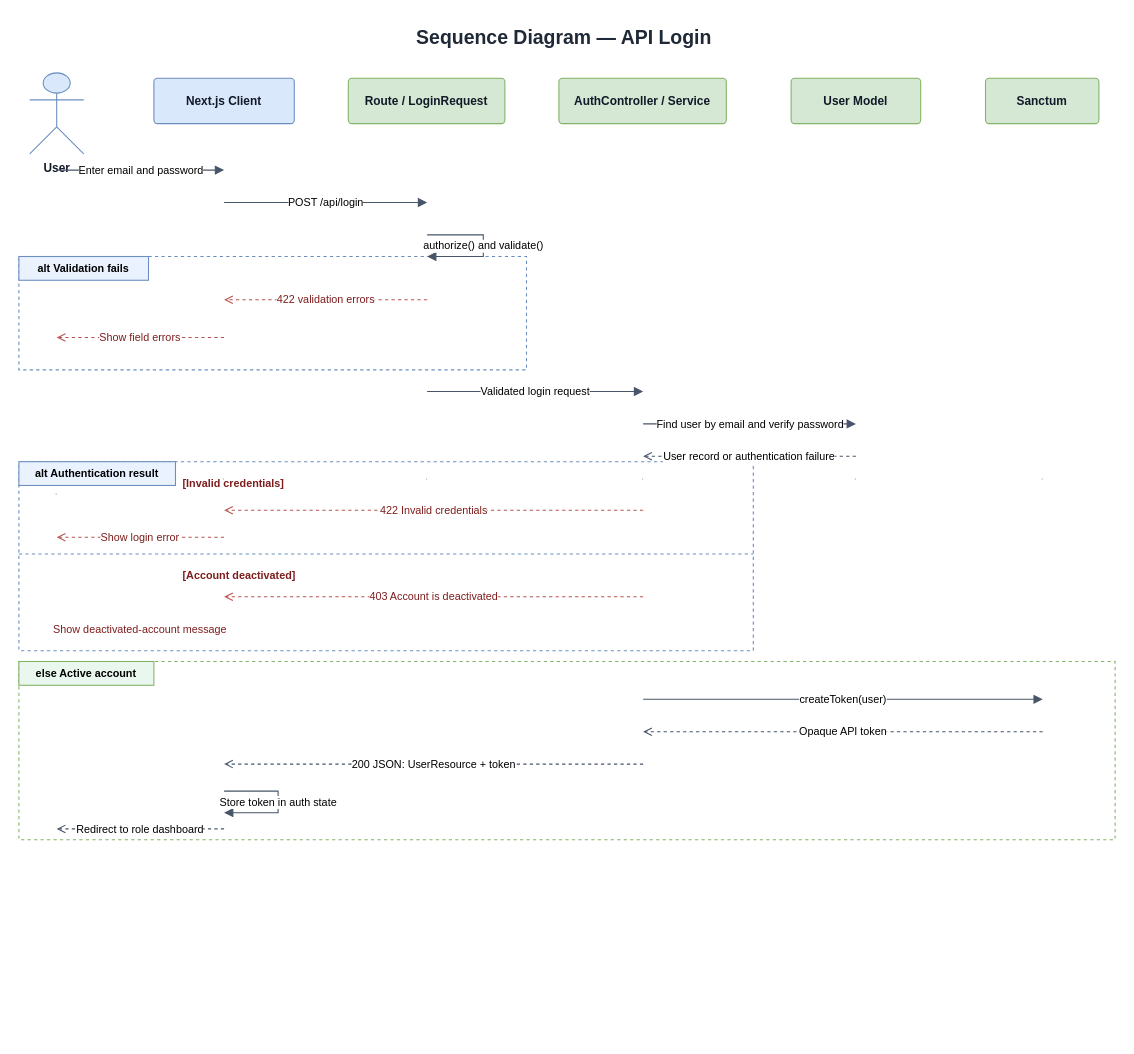
Before: _docs_uni/_diagrams_new/3.10-api-login-sequence.drawio in amarHrvc/nutriledger, a draw.io diagram. Source tidied: cells renumbered, new cells numbered last; positions are measured from the earlier drawing's top-left corner, leaving out a move shared by most shapes. Both pictures are drawn from the tidied source at 108%, with x=0, y=0 at pixel (18, 18).
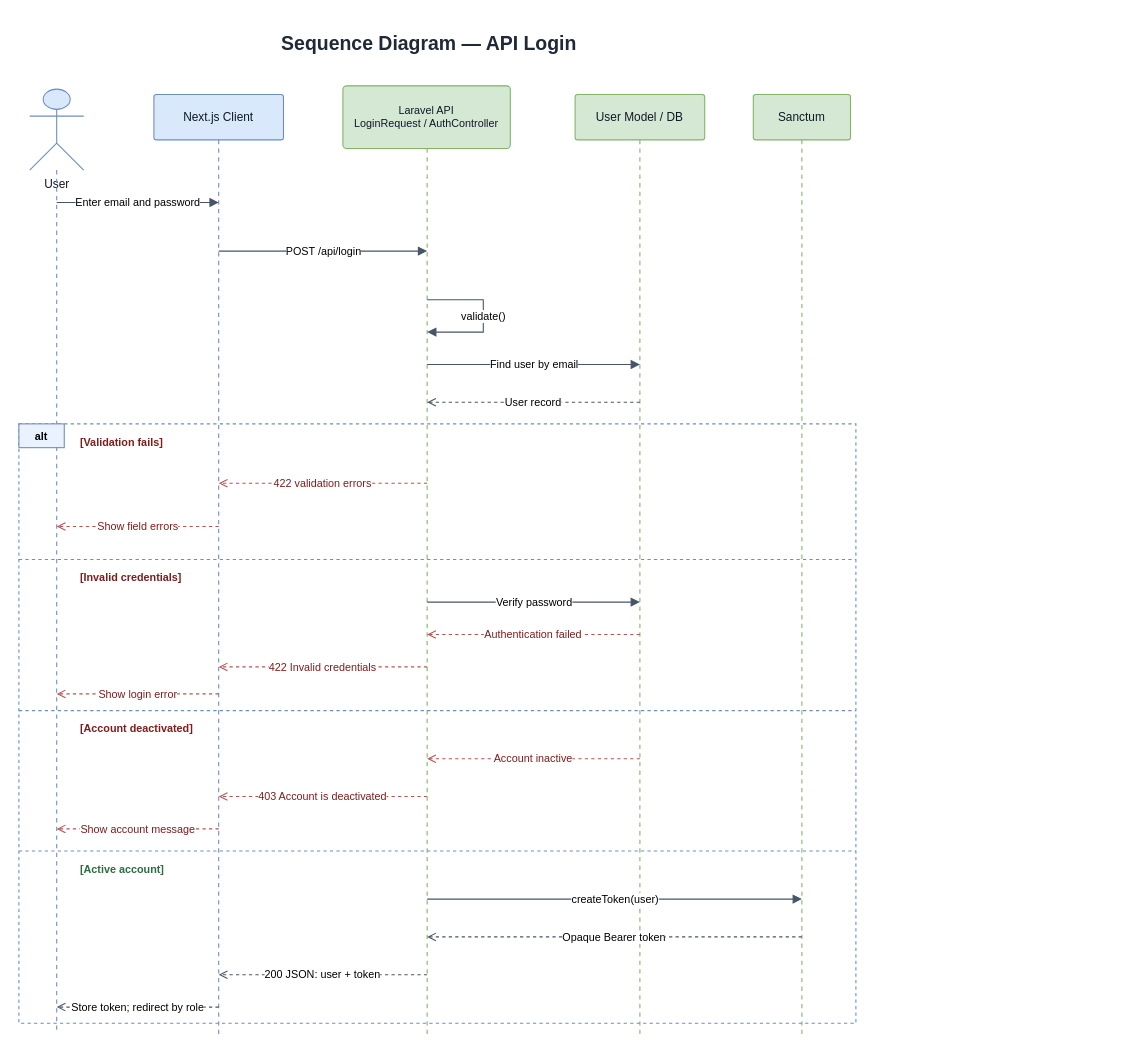
The same diagram, later.

Commit message:
docs: clean up API login sequence diagram

Diff of the diagram source:
```diff
@@
     <mxCell id="2" value="Sequence Diagram — API Login" style="text;html=1;whiteSpace=wrap;strokeColor=none;fillColor=none;align=center;verticalAlign=middle;fontSize=18;fontStyle=1;fontColor=#1F2937;" parent="1" vertex="1">
-      <mxGeometry x="255" width="500" height="35" as="geometry" />
+      <mxGeometry x="130" y="5" width="500" height="35" as="geometry" />
     </mxCell>
-    <mxCell id="3" value="User" style="shape=umlActor;verticalLabelPosition=bottom;verticalAlign=top;html=1;fillColor=#DAE8FC;strokeColor=#6C8EBF;fontColor=#111827;fontSize=11;fontStyle=1;" parent="1" vertex="1">
-      <mxGeometry x="10" y="50" width="50" height="75" as="geometry" />
+    <mxCell id="3" value="User" style="shape=umlActor;verticalLabelPosition=bottom;verticalAlign=top;html=1;fillColor=#DAE8FC;strokeColor=#6C8EBF;fontColor=#111827;fontSize=11;" parent="1" vertex="1">
+      <mxGeometry x="10" y="65" width="50" height="75" as="geometry" />
     </mxCell>
-    <mxCell id="4" value="Next.js Client" style="rounded=1;whiteSpace=wrap;html=1;arcSize=8;fillColor=#DAE8FC;strokeColor=#6C8EBF;fontColor=#111827;fontSize=11;fontStyle=1;" parent="1" vertex="1">
-      <mxGeometry x="125" y="55" width="130" height="42" as="geometry" />
+    <mxCell id="4" value="Next.js Client" style="rounded=1;whiteSpace=wrap;html=1;arcSize=6;fillColor=#DAE8FC;strokeColor=#6C8EBF;fontColor=#111827;fontSize=11;" parent="1" vertex="1">
+      <mxGeometry x="125" y="70" width="120" height="42" as="geometry" />
     </mxCell>
-    <mxCell id="5" value="Route / LoginRequest" style="rounded=1;whiteSpace=wrap;html=1;arcSize=8;fillColor=#D5E8D4;strokeColor=#82B366;fontColor=#111827;fontSize=11;fontStyle=1;" parent="1" vertex="1">
-      <mxGeometry x="305" y="55" width="145" height="42" as="geometry" />
-    </mxCell>
-    <mxCell id="6" value="AuthController / Service" style="rounded=1;whiteSpace=wrap;html=1;arcSize=8;fillColor=#D5E8D4;strokeColor=#82B366;fontColor=#111827;fontSize=11;fontStyle=1;" parent="1" vertex="1">
-      <mxGeometry x="500" y="55" width="155" height="42" as="geometry" />
-    </mxCell>
+    <mxCell id="41" value="Laravel API&lt;br&gt;LoginRequest / AuthController" style="rounded=1;whiteSpace=wrap;html=1;arcSize=6;fillColor=#D5E8D4;strokeColor=#82B366;fontColor=#111827;fontSize=10;" parent="1" vertex="1">
+      <mxGeometry x="300" y="62" width="155" height="58" as="geometry" />
+    </mxCell>
-    <mxCell id="7" value="User Model" style="rounded=1;whiteSpace=wrap;html=1;arcSize=8;fillColor=#D5E8D4;strokeColor=#82B366;fontColor=#111827;fontSize=11;fontStyle=1;" parent="1" vertex="1">
-      <mxGeometry x="715" y="55" width="120" height="42" as="geometry" />
+    <mxCell id="7" value="User Model / DB" style="rounded=1;whiteSpace=wrap;html=1;arcSize=6;fillColor=#D5E8D4;strokeColor=#82B366;fontColor=#111827;fontSize=11;" parent="1" vertex="1">
+      <mxGeometry x="515" y="70" width="120" height="42" as="geometry" />
     </mxCell>
-    <mxCell id="8" value="Sanctum" style="rounded=1;whiteSpace=wrap;html=1;arcSize=8;fillColor=#D5E8D4;strokeColor=#82B366;fontColor=#111827;fontSize=11;fontStyle=1;" parent="1" vertex="1">
-      <mxGeometry x="895" y="55" width="105" height="42" as="geometry" />
+    <mxCell id="8" value="Sanctum" style="rounded=1;whiteSpace=wrap;html=1;arcSize=6;fillColor=#D5E8D4;strokeColor=#82B366;fontColor=#111827;fontSize=11;" parent="1" vertex="1">
+      <mxGeometry x="680" y="70" width="90" height="42" as="geometry" />
     </mxCell>
-    <mxCell id="9" style="shape=line;html=1;strokeColor=#94A3B8;dashed=1;dashPattern=5 5;" parent="1" vertex="1">
-      <mxGeometry x="34" y="125" width="1" height="630" as="geometry" />
+    <mxCell id="9" style="edgeStyle=none;html=1;endArrow=none;startArrow=none;strokeColor=#6C8EBF;dashed=1;dashPattern=4 4;" parent="1" edge="1">
+      <mxGeometry relative="1" as="geometry">
+        <mxPoint x="35" y="140" as="sourcePoint" />
+        <mxPoint x="35" y="940" as="targetPoint" />
+      </mxGeometry>
     </mxCell>
-    <mxCell id="10" style="shape=line;html=1;strokeColor=#94A3B8;dashed=1;dashPattern=5 5;" parent="1" vertex="1">
-      <mxGeometry x="189" y="97" width="1" height="658" as="geometry" />
+    <mxCell id="10" style="edgeStyle=none;html=1;endArrow=none;startArrow=none;strokeColor=#6C8EBF;dashed=1;dashPattern=4 4;" parent="1" edge="1">
+      <mxGeometry relative="1" as="geometry">
+        <mxPoint x="185" y="112" as="sourcePoint" />
+        <mxPoint x="185" y="940" as="targetPoint" />
+      </mxGeometry>
     </mxCell>
-    <mxCell id="11" style="shape=line;html=1;strokeColor=#94A3B8;dashed=1;dashPattern=5 5;" parent="1" vertex="1">
-      <mxGeometry x="377" y="97" width="1" height="658" as="geometry" />
-    </mxCell>
-    <mxCell id="12" style="shape=line;html=1;strokeColor=#94A3B8;dashed=1;dashPattern=5 5;" parent="1" vertex="1">
-      <mxGeometry x="577" y="97" width="1" height="658" as="geometry" />
-    </mxCell>
+    <mxCell id="42" style="edgeStyle=none;html=1;endArrow=none;startArrow=none;strokeColor=#82B366;dashed=1;dashPattern=4 4;" parent="1" edge="1">
+      <mxGeometry relative="1" as="geometry">
+        <mxPoint x="378" y="120" as="sourcePoint" />
+        <mxPoint x="378" y="940" as="targetPoint" />
+      </mxGeometry>
+    </mxCell>
-    <mxCell id="13" style="shape=line;html=1;strokeColor=#94A3B8;dashed=1;dashPattern=5 5;" parent="1" vertex="1">
-      <mxGeometry x="774" y="97" width="1" height="658" as="geometry" />
+    <mxCell id="13" style="edgeStyle=none;html=1;endArrow=none;startArrow=none;strokeColor=#82B366;dashed=1;dashPattern=4 4;" parent="1" edge="1">
+      <mxGeometry relative="1" as="geometry">
+        <mxPoint x="575" y="112" as="sourcePoint" />
+        <mxPoint x="575" y="940" as="targetPoint" />
+      </mxGeometry>
     </mxCell>
-    <mxCell id="14" style="shape=line;html=1;strokeColor=#94A3B8;dashed=1;dashPattern=5 5;" parent="1" vertex="1">
-      <mxGeometry x="947" y="97" width="1" height="658" as="geometry" />
+    <mxCell id="14" style="edgeStyle=none;html=1;endArrow=none;startArrow=none;strokeColor=#82B366;dashed=1;dashPattern=4 4;" parent="1" edge="1">
+      <mxGeometry relative="1" as="geometry">
+        <mxPoint x="725" y="112" as="sourcePoint" />
+        <mxPoint x="725" y="940" as="targetPoint" />
+      </mxGeometry>
     </mxCell>
-    <mxCell id="15" style="rounded=0;whiteSpace=wrap;html=1;fillColor=none;strokeColor=#6C8EBF;dashed=1;" parent="1" vertex="1">
-      <mxGeometry y="220" width="470" height="105" as="geometry" />
-    </mxCell>
-    <mxCell id="16" value="alt  Validation fails" style="text;html=1;whiteSpace=wrap;strokeColor=#6C8EBF;fillColor=#EAF2FF;align=center;verticalAlign=middle;fontSize=10;fontStyle=1;" parent="1" vertex="1">
-      <mxGeometry y="220" width="120" height="22" as="geometry" />
-    </mxCell>
-    <mxCell id="17" style="rounded=0;whiteSpace=wrap;html=1;fillColor=none;strokeColor=#6C8EBF;dashed=1;" parent="1" vertex="1">
-      <mxGeometry y="410" width="680" height="175" as="geometry" />
-    </mxCell>
-    <mxCell id="18" value="alt  Authentication result" style="text;html=1;whiteSpace=wrap;strokeColor=#6C8EBF;fillColor=#EAF2FF;align=center;verticalAlign=middle;fontSize=10;fontStyle=1;" parent="1" vertex="1">
-      <mxGeometry y="410" width="145" height="22" as="geometry" />
-    </mxCell>
-    <mxCell id="19" style="shape=line;html=1;strokeColor=#6C8EBF;dashed=1;" parent="1" vertex="1">
-      <mxGeometry y="495" width="680" height="1" as="geometry" />
-    </mxCell>
+    <mxCell id="43" style="rounded=0;whiteSpace=wrap;html=1;fillColor=none;strokeColor=#6C8EBF;dashed=1;" parent="1" vertex="1">
+      <mxGeometry y="375" width="775" height="555" as="geometry" />
+    </mxCell>
+    <mxCell id="44" value="alt" style="text;html=1;whiteSpace=wrap;strokeColor=#6C8EBF;fillColor=#EAF2FF;align=center;verticalAlign=middle;fontSize=10;fontStyle=1;" parent="1" vertex="1">
+      <mxGeometry y="375" width="42" height="22" as="geometry" />
+    </mxCell>
+    <mxCell id="45" style="shape=line;html=1;strokeColor=#6C8EBF;dashed=1;" parent="1" vertex="1">
+      <mxGeometry y="500" width="775" height="1" as="geometry" />
+    </mxCell>
+    <mxCell id="46" style="shape=line;html=1;strokeColor=#6C8EBF;dashed=1;" parent="1" vertex="1">
+      <mxGeometry y="640" width="775" height="1" as="geometry" />
+    </mxCell>
+    <mxCell id="47" style="shape=line;html=1;strokeColor=#6C8EBF;dashed=1;" parent="1" vertex="1">
+      <mxGeometry y="770" width="775" height="1" as="geometry" />
+    </mxCell>
+    <mxCell id="48" value="[Validation fails]" style="text;html=1;whiteSpace=wrap;strokeColor=none;fillColor=none;align=left;verticalAlign=middle;fontSize=10;fontStyle=1;fontColor=#7F1D1D;" parent="1" vertex="1">
+      <mxGeometry x="55" y="382" width="130" height="20" as="geometry" />
+    </mxCell>
     <mxCell id="20" value="[Invalid credentials]" style="text;html=1;whiteSpace=wrap;strokeColor=none;fillColor=none;align=left;verticalAlign=middle;fontSize=10;fontStyle=1;fontColor=#7F1D1D;" parent="1" vertex="1">
-      <mxGeometry x="150" y="420" width="125" height="20" as="geometry" />
+      <mxGeometry x="55" y="507" width="130" height="20" as="geometry" />
     </mxCell>
     <mxCell id="21" value="[Account deactivated]" style="text;html=1;whiteSpace=wrap;strokeColor=none;fillColor=none;align=left;verticalAlign=middle;fontSize=10;fontStyle=1;fontColor=#7F1D1D;" parent="1" vertex="1">
-      <mxGeometry x="150" y="505" width="140" height="20" as="geometry" />
+      <mxGeometry x="55" y="647" width="145" height="20" as="geometry" />
     </mxCell>
-    <mxCell id="22" style="rounded=0;whiteSpace=wrap;html=1;fillColor=none;strokeColor=#82B366;dashed=1;" parent="1" vertex="1">
-      <mxGeometry y="595" width="1015" height="165" as="geometry" />
-    </mxCell>
-    <mxCell id="23" value="else  Active account" style="text;html=1;whiteSpace=wrap;strokeColor=#82B366;fillColor=#EAF7EF;align=center;verticalAlign=middle;fontSize=10;fontStyle=1;" parent="1" vertex="1">
-      <mxGeometry y="595" width="125" height="22" as="geometry" />
-    </mxCell>
+    <mxCell id="49" value="[Active account]" style="text;html=1;whiteSpace=wrap;strokeColor=none;fillColor=none;align=left;verticalAlign=middle;fontSize=10;fontStyle=1;fontColor=#2F6B42;" parent="1" vertex="1">
+      <mxGeometry x="55" y="777" width="120" height="20" as="geometry" />
+    </mxCell>
     <mxCell id="24" value="Enter email and password" style="edgeStyle=orthogonalEdgeStyle;rounded=0;html=1;endArrow=block;endFill=1;strokeColor=#475569;fontSize=10;" parent="1" edge="1">
       <mxGeometry relative="1" as="geometry">
-        <mxPoint x="35" y="140" as="sourcePoint" />
-        <mxPoint x="190" y="140" as="targetPoint" />
+        <mxPoint x="35" y="170" as="sourcePoint" />
+        <mxPoint x="185" y="170" as="targetPoint" />
       </mxGeometry>
     </mxCell>
     <mxCell id="25" value="POST /api/login" style="edgeStyle=orthogonalEdgeStyle;rounded=0;html=1;endArrow=block;endFill=1;strokeColor=#475569;fontSize=10;" parent="1" edge="1">
       <mxGeometry relative="1" as="geometry">
-        <mxPoint x="190" y="170" as="sourcePoint" />
-        <mxPoint x="378" y="170" as="targetPoint" />
+        <mxPoint x="185" y="215" as="sourcePoint" />
+        <mxPoint x="378" y="215" as="targetPoint" />
       </mxGeometry>
     </mxCell>
-    <mxCell id="26" value="authorize() and validate()" style="edgeStyle=orthogonalEdgeStyle;rounded=0;html=1;endArrow=block;endFill=1;strokeColor=#475569;fontSize=10;" parent="1" edge="1">
+    <mxCell id="26" value="validate()" style="edgeStyle=orthogonalEdgeStyle;rounded=0;html=1;endArrow=block;endFill=1;strokeColor=#475569;fontSize=10;" parent="1" edge="1">
       <mxGeometry relative="1" as="geometry">
-        <mxPoint x="378" y="200" as="sourcePoint" />
-        <mxPoint x="378" y="220" as="targetPoint" />
+        <mxPoint x="378" y="260" as="sourcePoint" />
+        <mxPoint x="378" y="290" as="targetPoint" />
         <Array as="points">
-          <mxPoint x="430" y="200" />
-          <mxPoint x="430" y="220" />
+          <mxPoint x="430" y="260" />
+          <mxPoint x="430" y="290" />
         </Array>
       </mxGeometry>
     </mxCell>
-    <mxCell id="27" value="422 validation errors" style="edgeStyle=orthogonalEdgeStyle;rounded=0;html=1;dashed=1;endArrow=open;endFill=0;strokeColor=#B85450;fontColor=#7F1D1D;fontSize=10;" parent="1" edge="1">
+    <mxCell id="27" value="Find user by email" style="edgeStyle=orthogonalEdgeStyle;rounded=0;html=1;endArrow=block;endFill=1;strokeColor=#475569;fontSize=10;" parent="1" edge="1">
       <mxGeometry relative="1" as="geometry">
-        <mxPoint x="378" y="260" as="sourcePoint" />
-        <mxPoint x="190" y="260" as="targetPoint" />
+        <mxPoint x="378" y="320" as="sourcePoint" />
+        <mxPoint x="575" y="320" as="targetPoint" />
       </mxGeometry>
     </mxCell>
-    <mxCell id="28" value="Show field errors" style="edgeStyle=orthogonalEdgeStyle;rounded=0;html=1;dashed=1;endArrow=open;endFill=0;strokeColor=#B85450;fontColor=#7F1D1D;fontSize=10;" parent="1" edge="1">
+    <mxCell id="28" value="User record" style="edgeStyle=orthogonalEdgeStyle;rounded=0;html=1;dashed=1;endArrow=open;endFill=0;strokeColor=#475569;fontSize=10;" parent="1" edge="1">
       <mxGeometry relative="1" as="geometry">
-        <mxPoint x="190" y="295" as="sourcePoint" />
-        <mxPoint x="35" y="295" as="targetPoint" />
+        <mxPoint x="575" y="355" as="sourcePoint" />
+        <mxPoint x="378" y="355" as="targetPoint" />
       </mxGeometry>
     </mxCell>
-    <mxCell id="29" value="Validated login request" style="edgeStyle=orthogonalEdgeStyle;rounded=0;html=1;endArrow=block;endFill=1;strokeColor=#475569;fontSize=10;" parent="1" edge="1">
+    <mxCell id="29" value="422 validation errors" style="edgeStyle=orthogonalEdgeStyle;rounded=0;html=1;dashed=1;endArrow=open;endFill=0;strokeColor=#B85450;fontColor=#7F1D1D;fontSize=10;" parent="1" edge="1">
       <mxGeometry relative="1" as="geometry">
-        <mxPoint x="378" y="345" as="sourcePoint" />
-        <mxPoint x="578" y="345" as="targetPoint" />
+        <mxPoint x="378" y="430" as="sourcePoint" />
+        <mxPoint x="185" y="430" as="targetPoint" />
       </mxGeometry>
     </mxCell>
-    <mxCell id="30" value="Find user by email and verify password" style="edgeStyle=orthogonalEdgeStyle;rounded=0;html=1;endArrow=block;endFill=1;strokeColor=#475569;fontSize=10;" parent="1" edge="1">
+    <mxCell id="30" value="Show field errors" style="edgeStyle=orthogonalEdgeStyle;rounded=0;html=1;dashed=1;endArrow=open;endFill=0;strokeColor=#B85450;fontColor=#7F1D1D;fontSize=10;" parent="1" edge="1">
       <mxGeometry relative="1" as="geometry">
-        <mxPoint x="578" y="375" as="sourcePoint" />
-        <mxPoint x="775" y="375" as="targetPoint" />
+        <mxPoint x="185" y="470" as="sourcePoint" />
+        <mxPoint x="35" y="470" as="targetPoint" />
       </mxGeometry>
     </mxCell>
-    <mxCell id="31" value="User record or authentication failure" style="edgeStyle=orthogonalEdgeStyle;rounded=0;html=1;dashed=1;endArrow=open;endFill=0;strokeColor=#475569;fontSize=10;" parent="1" edge="1">
+    <mxCell id="31" value="Verify password" style="edgeStyle=orthogonalEdgeStyle;rounded=0;html=1;endArrow=block;endFill=1;strokeColor=#475569;fontSize=10;" parent="1" edge="1">
       <mxGeometry relative="1" as="geometry">
-        <mxPoint x="775" y="405" as="sourcePoint" />
-        <mxPoint x="578" y="405" as="targetPoint" />
+        <mxPoint x="378" y="540" as="sourcePoint" />
+        <mxPoint x="575" y="540" as="targetPoint" />
       </mxGeometry>
     </mxCell>
-    <mxCell id="32" value="422 Invalid credentials" style="edgeStyle=orthogonalEdgeStyle;rounded=0;html=1;dashed=1;endArrow=open;endFill=0;strokeColor=#B85450;fontColor=#7F1D1D;fontSize=10;" parent="1" edge="1">
+    <mxCell id="32" value="Authentication failed" style="edgeStyle=orthogonalEdgeStyle;rounded=0;html=1;dashed=1;endArrow=open;endFill=0;strokeColor=#B85450;fontColor=#7F1D1D;fontSize=10;" parent="1" edge="1">
       <mxGeometry relative="1" as="geometry">
-        <mxPoint x="578" y="455" as="sourcePoint" />
-        <mxPoint x="190" y="455" as="targetPoint" />
+        <mxPoint x="575" y="570" as="sourcePoint" />
+        <mxPoint x="378" y="570" as="targetPoint" />
       </mxGeometry>
     </mxCell>
-    <mxCell id="33" value="Show login error" style="edgeStyle=orthogonalEdgeStyle;rounded=0;html=1;dashed=1;endArrow=open;endFill=0;strokeColor=#B85450;fontColor=#7F1D1D;fontSize=10;" parent="1" edge="1">
+    <mxCell id="33" value="422 Invalid credentials" style="edgeStyle=orthogonalEdgeStyle;rounded=0;html=1;dashed=1;endArrow=open;endFill=0;strokeColor=#B85450;fontColor=#7F1D1D;fontSize=10;" parent="1" edge="1">
       <mxGeometry relative="1" as="geometry">
-        <mxPoint x="190" y="480" as="sourcePoint" />
-        <mxPoint x="35" y="480" as="targetPoint" />
+        <mxPoint x="378" y="600" as="sourcePoint" />
+        <mxPoint x="185" y="600" as="targetPoint" />
       </mxGeometry>
     </mxCell>
-    <mxCell id="34" value="403 Account is deactivated" style="edgeStyle=orthogonalEdgeStyle;rounded=0;html=1;dashed=1;endArrow=open;endFill=0;strokeColor=#B85450;fontColor=#7F1D1D;fontSize=10;" parent="1" edge="1">
+    <mxCell id="34" value="Show login error" style="edgeStyle=orthogonalEdgeStyle;rounded=0;html=1;dashed=1;endArrow=open;endFill=0;strokeColor=#B85450;fontColor=#7F1D1D;fontSize=10;" parent="1" edge="1">
       <mxGeometry relative="1" as="geometry">
-        <mxPoint x="578" y="535" as="sourcePoint" />
-        <mxPoint x="190" y="535" as="targetPoint" />
+        <mxPoint x="185" y="625" as="sourcePoint" />
+        <mxPoint x="35" y="625" as="targetPoint" />
       </mxGeometry>
     </mxCell>
-    <mxCell id="35" value="Show deactivated-account message" style="edgeStyle=orthogonalEdgeStyle;rounded=0;html=1;dashed=1;endArrow=open;endFill=0;strokeColor=#B85450;fontColor=#7F1D1D;fontSize=10;" parent="1" edge="1">
+    <mxCell id="35" value="Account inactive" style="edgeStyle=orthogonalEdgeStyle;rounded=0;html=1;dashed=1;endArrow=open;endFill=0;strokeColor=#B85450;fontColor=#7F1D1D;fontSize=10;" parent="1" edge="1">
       <mxGeometry relative="1" as="geometry">
-        <mxPoint x="190" y="565" as="sourcePoint" />
-        <mxPoint x="35" y="565" as="targetPoint" />
+        <mxPoint x="575" y="685" as="sourcePoint" />
+        <mxPoint x="378" y="685" as="targetPoint" />
       </mxGeometry>
     </mxCell>
-    <mxCell id="36" value="createToken(user)" style="edgeStyle=orthogonalEdgeStyle;rounded=0;html=1;endArrow=block;endFill=1;strokeColor=#475569;fontSize=10;" parent="1" edge="1">
+    <mxCell id="36" value="403 Account is deactivated" style="edgeStyle=orthogonalEdgeStyle;rounded=0;html=1;dashed=1;endArrow=open;endFill=0;strokeColor=#B85450;fontColor=#7F1D1D;fontSize=10;" parent="1" edge="1">
       <mxGeometry relative="1" as="geometry">
-        <mxPoint x="578" y="630" as="sourcePoint" />
-        <mxPoint x="948" y="630" as="targetPoint" />
+        <mxPoint x="378" y="720" as="sourcePoint" />
+        <mxPoint x="185" y="720" as="targetPoint" />
       </mxGeometry>
     </mxCell>
-    <mxCell id="37" value="Opaque API token" style="edgeStyle=orthogonalEdgeStyle;rounded=0;html=1;dashed=1;endArrow=open;endFill=0;strokeColor=#475569;fontSize=10;" parent="1" edge="1">
+    <mxCell id="37" value="Show account message" style="edgeStyle=orthogonalEdgeStyle;rounded=0;html=1;dashed=1;endArrow=open;endFill=0;strokeColor=#B85450;fontColor=#7F1D1D;fontSize=10;" parent="1" edge="1">
       <mxGeometry relative="1" as="geometry">
-        <mxPoint x="948" y="660" as="sourcePoint" />
-        <mxPoint x="578" y="660" as="targetPoint" />
+        <mxPoint x="185" y="750" as="sourcePoint" />
+        <mxPoint x="35" y="750" as="targetPoint" />
       </mxGeometry>
     </mxCell>
-    <mxCell id="38" value="200 JSON: UserResource + token" style="edgeStyle=orthogonalEdgeStyle;rounded=0;html=1;dashed=1;endArrow=open;endFill=0;strokeColor=#475569;fontSize=10;" parent="1" edge="1">
+    <mxCell id="38" value="createToken(user)" style="edgeStyle=orthogonalEdgeStyle;rounded=0;html=1;endArrow=block;endFill=1;strokeColor=#475569;fontSize=10;" parent="1" edge="1">
       <mxGeometry relative="1" as="geometry">
-        <mxPoint x="578" y="690" as="sourcePoint" />
-        <mxPoint x="190" y="690" as="targetPoint" />
+        <mxPoint x="378" y="815" as="sourcePoint" />
+        <mxPoint x="725" y="815" as="targetPoint" />
       </mxGeometry>
     </mxCell>
-    <mxCell id="39" value="Store token in auth state" style="edgeStyle=orthogonalEdgeStyle;rounded=0;html=1;endArrow=block;endFill=1;strokeColor=#475569;fontSize=10;" parent="1" edge="1">
+    <mxCell id="39" value="Opaque Bearer token" style="edgeStyle=orthogonalEdgeStyle;rounded=0;html=1;dashed=1;endArrow=open;endFill=0;strokeColor=#475569;fontSize=10;" parent="1" edge="1">
       <mxGeometry relative="1" as="geometry">
-        <mxPoint x="190" y="715" as="sourcePoint" />
-        <mxPoint x="190" y="735" as="targetPoint" />
-        <Array as="points">
-          <mxPoint x="240" y="715" />
-          <mxPoint x="240" y="735" />
-        </Array>
+        <mxPoint x="725" y="850" as="sourcePoint" />
+        <mxPoint x="378" y="850" as="targetPoint" />
       </mxGeometry>
     </mxCell>
-    <mxCell id="40" value="Redirect to role dashboard" style="edgeStyle=orthogonalEdgeStyle;rounded=0;html=1;dashed=1;endArrow=open;endFill=0;strokeColor=#475569;fontSize=10;" parent="1" edge="1">
+    <mxCell id="40" value="200 JSON: user + token" style="edgeStyle=orthogonalEdgeStyle;rounded=0;html=1;dashed=1;endArrow=open;endFill=0;strokeColor=#475569;fontSize=10;" parent="1" edge="1">
       <mxGeometry relative="1" as="geometry">
-        <mxPoint x="190" y="750" as="sourcePoint" />
-        <mxPoint x="35" y="750" as="targetPoint" />
+        <mxPoint x="378" y="885" as="sourcePoint" />
+        <mxPoint x="185" y="885" as="targetPoint" />
       </mxGeometry>
     </mxCell>
+    <mxCell id="50" value="Store token; redirect by role" style="edgeStyle=orthogonalEdgeStyle;rounded=0;html=1;dashed=1;endArrow=open;endFill=0;strokeColor=#475569;fontSize=10;" parent="1" edge="1">
+      <mxGeometry relative="1" as="geometry">
+        <mxPoint x="185" y="915" as="sourcePoint" />
+        <mxPoint x="35" y="915" as="targetPoint" />
+      </mxGeometry>
+    </mxCell>
```
